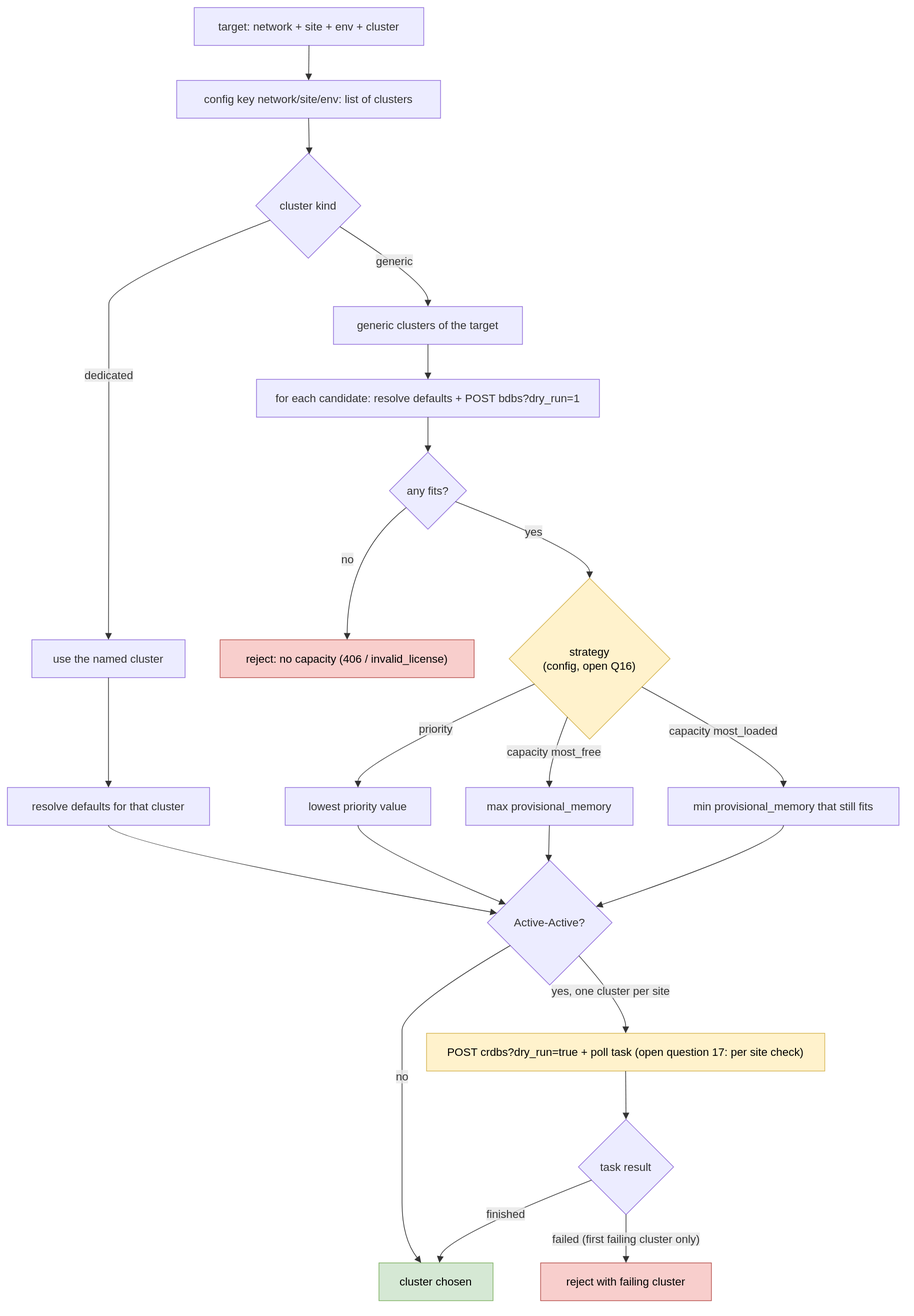
Above: docs/dr/diagrams/12-flow-placement.drawio.svg in EliShteinman/redis-enterprise-services (draw.io), before the change. Source tidied: cells renumbered, new cells last; positions are measured from the earlier drawing's top-left corner, leaving out a move shared by most shapes.
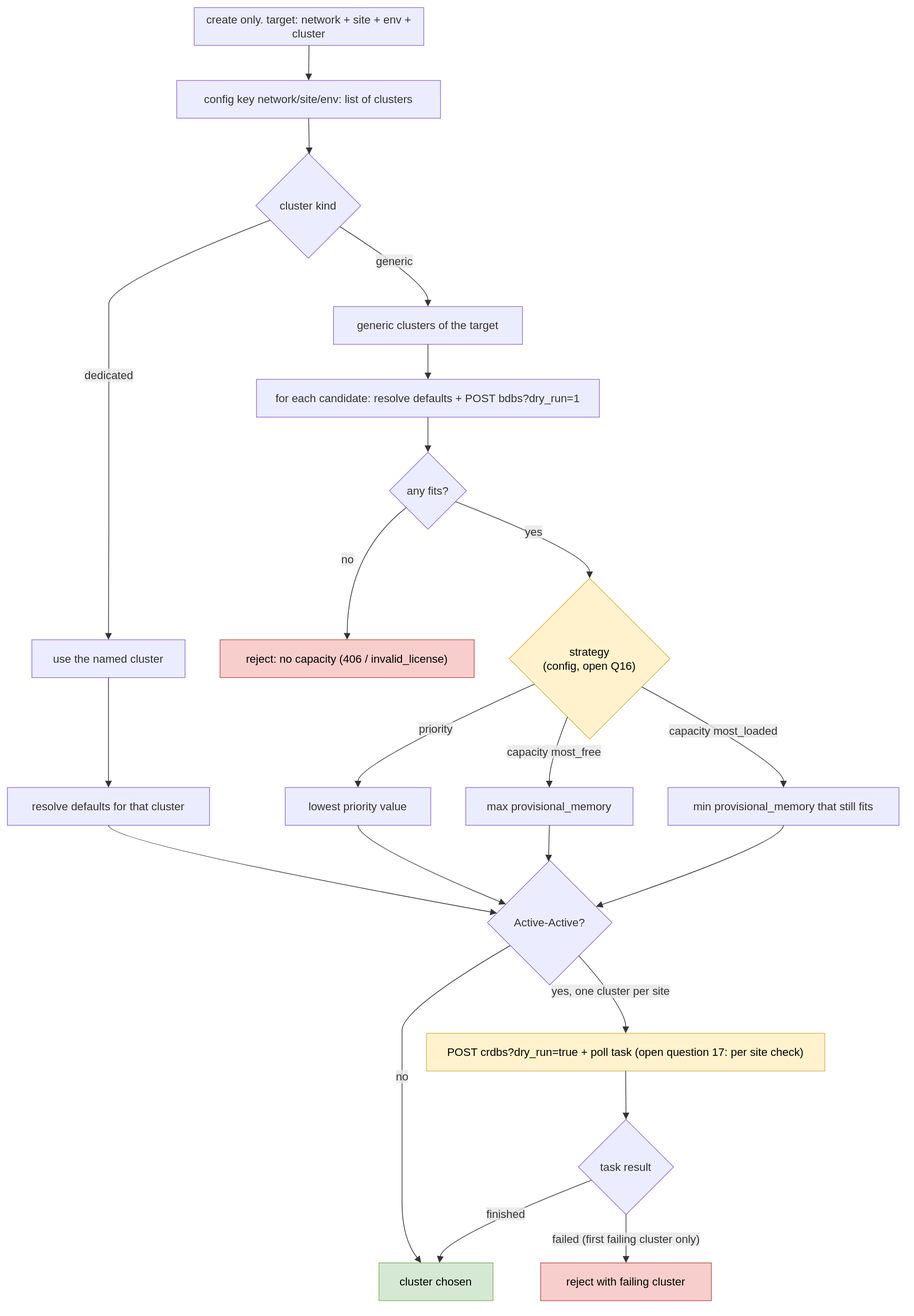
After the change.

Commit message:
docs(dr): delete diagram covers AA, placement marked as create only

The edit, as a diff of the source:
```diff
@@ -2,7 +2,7 @@
   <root>
     <mxCell id="0" />
     <mxCell id="1" parent="0" />
-    <mxCell id="2" value="target: network + site + env + cluster" style="html=1;whiteSpace=wrap;strokeWidth=1;fillColor=light-dark(#ECECFF,#1f2020);strokeColor=light-dark(#9370DB,#cccccc);fontColor=light-dark(#333333,#cccccc);fontFamily=Trebuchet MS,Verdana,Arial,sans-serif;fontSize=16;" parent="1" vertex="1">
+    <mxCell id="2" value="create only. target: network + site + env + cluster" style="html=1;whiteSpace=wrap;strokeWidth=1;fillColor=light-dark(#ECECFF,#1f2020);strokeColor=light-dark(#9370DB,#cccccc);fontColor=light-dark(#333333,#cccccc);fontFamily=Trebuchet MS,Verdana,Arial,sans-serif;fontSize=16;" parent="1" vertex="1">
       <mxGeometry x="267" width="328" height="54" as="geometry" />
     </mxCell>
     <mxCell id="3" value="config key network/site/env: list of clusters" style="html=1;whiteSpace=wrap;strokeWidth=1;fillColor=light-dark(#ECECFF,#1f2020);strokeColor=light-dark(#9370DB,#cccccc);fontColor=light-dark(#333333,#cccccc);fontFamily=Trebuchet MS,Verdana,Arial,sans-serif;fontSize=16;" parent="1" vertex="1">
```
